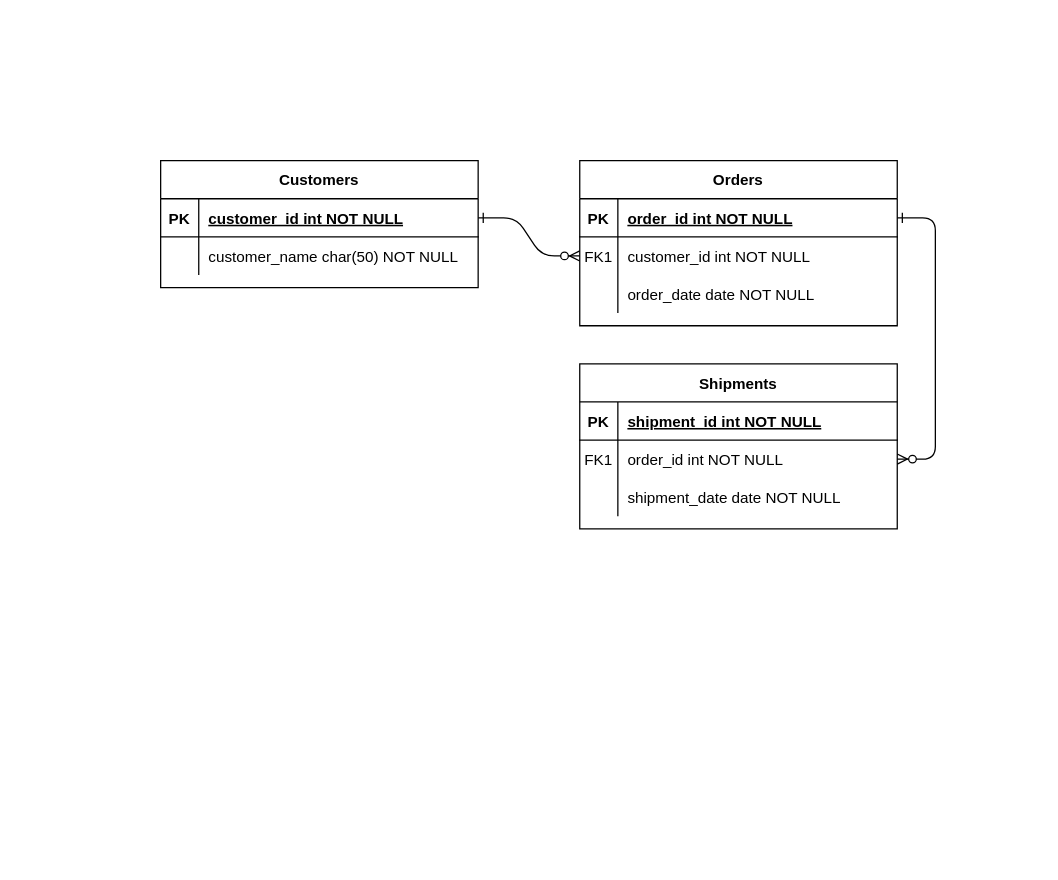
This is Diagrama_ADA.drawio from Luistapasco/Practica_ADASchool, a draw.io file, before an edit. Source tidied: cells renumbered, new cells numbered last; positions are measured from the earlier drawing's top-left corner, leaving out a move shared by most shapes. Both pictures are drawn from the tidied source at 127%, with x=0, y=0 at pixel (160, 160).
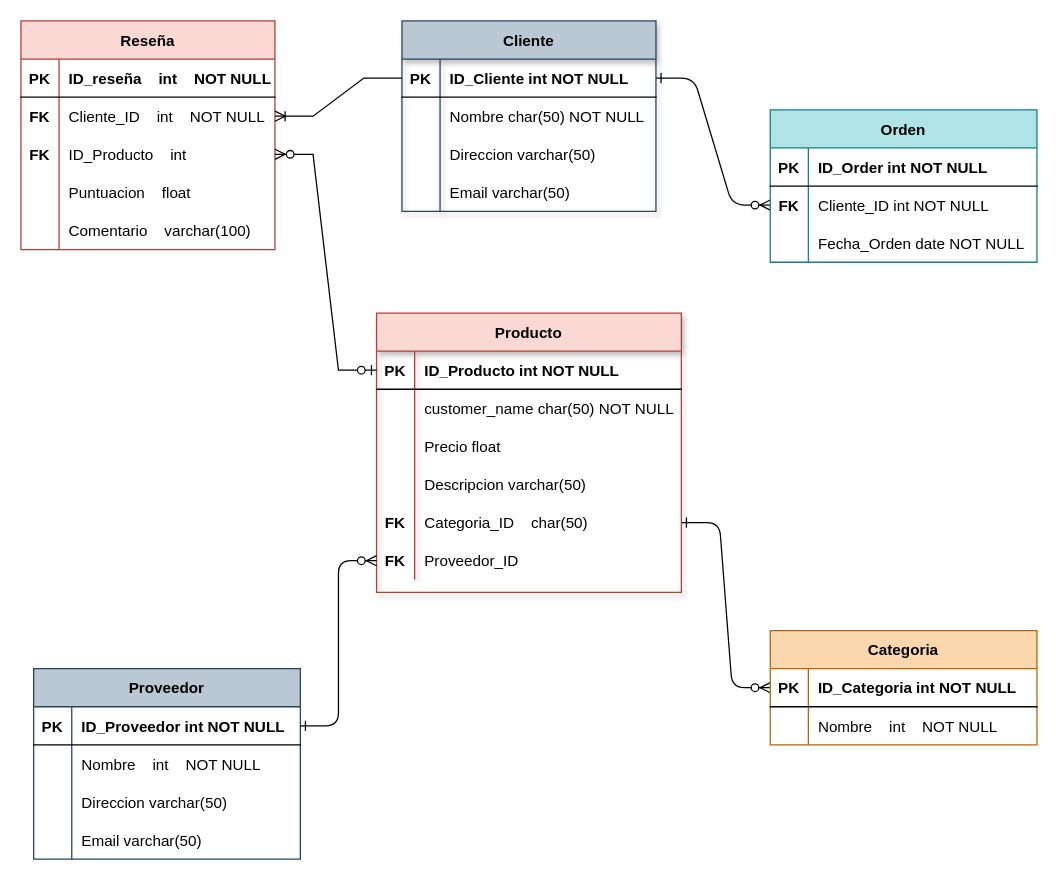
Above is the later version.

The edit, as a diff of the source:
```diff
@@
     <mxCell id="2" style="edgeStyle=entityRelationEdgeStyle;endArrow=ERzeroToMany;startArrow=ERone;endFill=1;startFill=0;" parent="1" edge="1" source="25" target="8">
-      <mxGeometry relative="1" as="geometry" />
+      <mxGeometry relative="1" as="geometry">
+        <Array as="points">
+          <mxPoint x="150" y="40" />
+        </Array>
+      </mxGeometry>
     </mxCell>
-    <mxCell id="3" style="edgeStyle=entityRelationEdgeStyle;endArrow=ERzeroToMany;startArrow=ERone;endFill=1;startFill=0;" parent="1" edge="1" source="5" target="18">
+    <mxCell id="3" style="edgeStyle=entityRelationEdgeStyle;endArrow=ERzeroToMany;startArrow=ERone;endFill=1;startFill=0;entryX=0;entryY=0.5;entryDx=0;entryDy=0;exitX=1;exitY=0.5;exitDx=0;exitDy=0;" parent="1" edge="1" source="50" target="15">
       <mxGeometry relative="1" as="geometry" />
     </mxCell>
-    <mxCell id="4" value="Orders" style="shape=table;startSize=30;childLayout=tableLayout;rowLines=0;fontStyle=1;align=center;" parent="1" vertex="1">
-      <mxGeometry x="330" width="250" height="130" as="geometry" />
+    <mxCell id="4" value="Orden" style="shape=table;startSize=30;childLayout=tableLayout;rowLines=0;fontStyle=1;align=center;fillColor=#b0e3e6;strokeColor=#0e8088;" parent="1" vertex="1">
+      <mxGeometry x="480" y="-40" width="210" height="120" as="geometry" />
     </mxCell>
     <mxCell id="5" style="shape=partialRectangle;fillColor=none;points=[[0,0.5],[1,0.5]];portConstraint=eastwest;top=0;left=0;right=0;bottom=1;" parent="4" vertex="1">
-      <mxGeometry y="30" width="250" height="30" as="geometry" />
+      <mxGeometry y="30" width="210" height="30" as="geometry" />
     </mxCell>
@@
-    <mxCell id="7" value="order_id int NOT NULL " style="shape=partialRectangle;overflow=hidden;fillColor=none;top=0;left=0;bottom=0;right=0;align=left;spacingLeft=6;fontStyle=5;" parent="5" vertex="1">
-      <mxGeometry x="30" width="220" height="30" as="geometry" />
+    <mxCell id="7" value="ID_Order int NOT NULL " style="shape=partialRectangle;overflow=hidden;fillColor=none;top=0;left=0;bottom=0;right=0;align=left;spacingLeft=6;fontStyle=1;" parent="5" vertex="1">
+      <mxGeometry x="30" width="180" height="30" as="geometry" />
     </mxCell>
     <mxCell id="8" style="shape=partialRectangle;fillColor=none;points=[[0,0.5],[1,0.5]];portConstraint=eastwest;top=0;left=0;right=0;bottom=0;" parent="4" vertex="1">
-      <mxGeometry y="60" width="250" height="30" as="geometry" />
+      <mxGeometry y="60" width="210" height="30" as="geometry" />
     </mxCell>
-    <mxCell id="9" value="FK1" style="shape=partialRectangle;overflow=hidden;fillColor=none;top=0;left=0;bottom=0;right=0;" parent="8" vertex="1">
+    <mxCell id="9" value="FK" style="shape=partialRectangle;overflow=hidden;fillColor=none;top=0;left=0;bottom=0;right=0;fontStyle=1;" parent="8" vertex="1">
       <mxGeometry width="30" height="30" as="geometry" />
     </mxCell>
-    <mxCell id="10" value="customer_id int NOT NULL" style="shape=partialRectangle;overflow=hidden;fillColor=none;top=0;left=0;bottom=0;right=0;align=left;spacingLeft=6;" parent="8" vertex="1">
-      <mxGeometry x="30" width="220" height="30" as="geometry" />
+    <mxCell id="10" value="Cliente_ID int NOT NULL" style="shape=partialRectangle;overflow=hidden;fillColor=none;top=0;left=0;bottom=0;right=0;align=left;spacingLeft=6;" parent="8" vertex="1">
+      <mxGeometry x="30" width="180" height="30" as="geometry" />
     </mxCell>
     <mxCell id="11" style="shape=partialRectangle;fillColor=none;top=0;left=0;right=0;bottom=0;" parent="4" vertex="1">
-      <mxGeometry y="90" width="250" height="30" as="geometry" />
+      <mxGeometry y="90" width="210" height="30" as="geometry" />
     </mxCell>
@@
-    <mxCell id="13" value="order_date date NOT NULL" style="shape=partialRectangle;overflow=hidden;fillColor=none;top=0;left=0;bottom=0;right=0;align=left;spacingLeft=6;" parent="11" vertex="1">
-      <mxGeometry x="30" width="220" height="30" as="geometry" />
+    <mxCell id="13" value="Fecha_Orden date NOT NULL" style="shape=partialRectangle;overflow=hidden;fillColor=none;top=0;left=0;bottom=0;right=0;align=left;spacingLeft=6;" parent="11" vertex="1">
+      <mxGeometry x="30" width="180" height="30" as="geometry" />
     </mxCell>
-    <mxCell id="14" value="Shipments" style="shape=table;startSize=30;childLayout=tableLayout;rowLines=0;fontStyle=1;align=center;" parent="1" vertex="1">
-      <mxGeometry x="330" y="160" width="250" height="130" as="geometry" />
+    <mxCell id="14" value="Categoria" style="shape=table;startSize=30;childLayout=tableLayout;rowLines=0;fontStyle=1;align=center;fillColor=#fad7ac;strokeColor=#b46504;" parent="1" vertex="1">
+      <mxGeometry x="480" y="370" width="210" height="90" as="geometry" />
     </mxCell>
     <mxCell id="15" style="shape=partialRectangle;fillColor=none;points=[[0,0.5],[1,0.5]];portConstraint=eastwest;top=0;left=0;right=0;bottom=1;" parent="14" vertex="1">
-      <mxGeometry y="30" width="250" height="30" as="geometry" />
+      <mxGeometry y="30" width="210" height="30" as="geometry" />
     </mxCell>
@@
-    <mxCell id="17" value="shipment_id int NOT NULL " style="shape=partialRectangle;overflow=hidden;fillColor=none;top=0;left=0;bottom=0;right=0;align=left;spacingLeft=6;fontStyle=5;" parent="15" vertex="1">
-      <mxGeometry x="30" width="220" height="30" as="geometry" />
+    <mxCell id="17" value="ID_Categoria int NOT NULL " style="shape=partialRectangle;overflow=hidden;fillColor=none;top=0;left=0;bottom=0;right=0;align=left;spacingLeft=6;fontStyle=1;" parent="15" vertex="1">
+      <mxGeometry x="30" width="180" height="30" as="geometry" />
     </mxCell>
     <mxCell id="18" style="shape=partialRectangle;fillColor=none;points=[[0,0.5],[1,0.5]];portConstraint=eastwest;top=0;left=0;right=0;bottom=0;" parent="14" vertex="1">
-      <mxGeometry y="60" width="250" height="30" as="geometry" />
+      <mxGeometry y="60" width="210" height="30" as="geometry" />
     </mxCell>
-    <mxCell id="19" value="FK1" style="shape=partialRectangle;overflow=hidden;fillColor=none;top=0;left=0;bottom=0;right=0;" parent="18" vertex="1">
+    <mxCell id="19" style="shape=partialRectangle;overflow=hidden;fillColor=none;top=0;left=0;bottom=0;right=0;" parent="18" vertex="1">
       <mxGeometry width="30" height="30" as="geometry" />
     </mxCell>
-    <mxCell id="20" value="order_id int NOT NULL" style="shape=partialRectangle;overflow=hidden;fillColor=none;top=0;left=0;bottom=0;right=0;align=left;spacingLeft=6;" parent="18" vertex="1">
-      <mxGeometry x="30" width="220" height="30" as="geometry" />
+    <mxCell id="20" value="Nombre    int    NOT NULL" style="shape=partialRectangle;overflow=hidden;fillColor=none;top=0;left=0;bottom=0;right=0;align=left;spacingLeft=6;" parent="18" vertex="1">
+      <mxGeometry x="30" width="180" height="30" as="geometry" />
     </mxCell>
-    <mxCell id="21" style="shape=partialRectangle;fillColor=none;top=0;left=0;right=0;bottom=0;" parent="14" vertex="1">
-      <mxGeometry y="90" width="250" height="30" as="geometry" />
-    </mxCell>
-    <mxCell id="22" style="shape=partialRectangle;overflow=hidden;fillColor=none;top=0;left=0;bottom=0;right=0;" parent="21" vertex="1">
-      <mxGeometry width="30" height="30" as="geometry" />
-    </mxCell>
-    <mxCell id="23" value="shipment_date date NOT NULL" style="shape=partialRectangle;overflow=hidden;fillColor=none;top=0;left=0;bottom=0;right=0;align=left;spacingLeft=6;" parent="21" vertex="1">
-      <mxGeometry x="30" width="220" height="30" as="geometry" />
-    </mxCell>
-    <mxCell id="24" value="Customers" style="shape=table;startSize=30;childLayout=tableLayout;rowLines=0;fontStyle=1;align=center;" parent="1" vertex="1">
-      <mxGeometry width="250" height="100" as="geometry" />
+    <mxCell id="24" value="Cliente" style="shape=table;startSize=30;childLayout=tableLayout;rowLines=0;fontStyle=1;align=center;swimlaneLine=1;shadow=1;rounded=0;fillColor=#bac8d3;strokeColor=#23445d;" parent="1" vertex="1">
+      <mxGeometry x="190" y="-110" width="200" height="150" as="geometry" />
     </mxCell>
     <mxCell id="25" style="shape=partialRectangle;fillColor=none;points=[[0,0.5],[1,0.5]];portConstraint=eastwest;top=0;left=0;right=0;bottom=1;" parent="24" vertex="1">
-      <mxGeometry y="30" width="250" height="30" as="geometry" />
+      <mxGeometry y="30" width="200" height="30" as="geometry" />
     </mxCell>
@@
-    <mxCell id="27" value="customer_id int NOT NULL " style="shape=partialRectangle;overflow=hidden;fillColor=none;top=0;left=0;bottom=0;right=0;align=left;spacingLeft=6;fontStyle=5;" parent="25" vertex="1">
-      <mxGeometry x="30" width="220" height="30" as="geometry" />
+    <mxCell id="27" value="ID_Cliente int NOT NULL " style="shape=partialRectangle;overflow=hidden;fillColor=none;top=0;left=0;bottom=0;right=0;align=left;spacingLeft=6;fontStyle=1;" parent="25" vertex="1">
+      <mxGeometry x="30" width="170" height="30" as="geometry" />
     </mxCell>
     <mxCell id="28" style="shape=partialRectangle;fillColor=none;top=0;left=0;right=0;bottom=0;" parent="24" vertex="1">
-      <mxGeometry y="60" width="250" height="30" as="geometry" />
+      <mxGeometry y="60" width="200" height="30" as="geometry" />
     </mxCell>
@@
-    <mxCell id="30" value="customer_name char(50) NOT NULL" style="shape=partialRectangle;overflow=hidden;fillColor=none;top=0;left=0;bottom=0;right=0;align=left;spacingLeft=6;" parent="28" vertex="1">
-      <mxGeometry x="30" width="220" height="30" as="geometry" />
+    <mxCell id="30" value="Nombre char(50) NOT NULL" style="shape=partialRectangle;overflow=hidden;fillColor=none;top=0;left=0;bottom=0;right=0;align=left;spacingLeft=6;strokeWidth=1;" parent="28" vertex="1">
+      <mxGeometry x="30" width="170" height="30" as="geometry" />
     </mxCell>
+    <mxCell id="31" style="shape=partialRectangle;fillColor=none;top=0;left=0;right=0;bottom=0;" parent="24" vertex="1">
+      <mxGeometry y="90" width="200" height="30" as="geometry" />
+    </mxCell>
+    <mxCell id="32" style="shape=partialRectangle;overflow=hidden;fillColor=none;top=0;left=0;bottom=0;right=0;" parent="31" vertex="1">
+      <mxGeometry width="30" height="30" as="geometry" />
+    </mxCell>
+    <mxCell id="33" value="Direccion varchar(50)" style="shape=partialRectangle;overflow=hidden;fillColor=none;top=0;left=0;bottom=0;right=0;align=left;spacingLeft=6;" parent="31" vertex="1">
+      <mxGeometry x="30" width="170" height="30" as="geometry" />
+    </mxCell>
+    <mxCell id="34" style="shape=partialRectangle;fillColor=none;top=0;left=0;right=0;bottom=0;" parent="24" vertex="1">
+      <mxGeometry y="120" width="200" height="30" as="geometry" />
+    </mxCell>
+    <mxCell id="35" style="shape=partialRectangle;overflow=hidden;fillColor=none;top=0;left=0;bottom=0;right=0;" parent="34" vertex="1">
+      <mxGeometry width="30" height="30" as="geometry" />
+    </mxCell>
+    <mxCell id="36" value="Email varchar(50)" style="shape=partialRectangle;overflow=hidden;fillColor=none;top=0;left=0;bottom=0;right=0;align=left;spacingLeft=6;" parent="34" vertex="1">
+      <mxGeometry x="30" width="170" height="30" as="geometry" />
+    </mxCell>
+    <mxCell id="37" value="Producto" style="shape=table;startSize=30;childLayout=tableLayout;rowLines=0;fontStyle=1;align=center;swimlaneLine=1;shadow=1;rounded=0;fillColor=#fad9d5;strokeColor=#ae4132;" parent="1" vertex="1">
+      <mxGeometry x="170" y="120" width="240" height="220" as="geometry" />
+    </mxCell>
+    <mxCell id="38" style="shape=partialRectangle;fillColor=none;points=[[0,0.5],[1,0.5]];portConstraint=eastwest;top=0;left=0;right=0;bottom=1;" parent="37" vertex="1">
+      <mxGeometry y="30" width="240" height="30" as="geometry" />
+    </mxCell>
+    <mxCell id="39" value="PK" style="shape=partialRectangle;overflow=hidden;fillColor=none;top=0;left=0;bottom=0;right=0;fontStyle=1;" parent="38" vertex="1">
+      <mxGeometry width="30" height="30" as="geometry" />
+    </mxCell>
+    <mxCell id="40" value="ID_Producto int NOT NULL " style="shape=partialRectangle;overflow=hidden;fillColor=none;top=0;left=0;bottom=0;right=0;align=left;spacingLeft=6;fontStyle=1;" parent="38" vertex="1">
+      <mxGeometry x="30" width="210" height="30" as="geometry" />
+    </mxCell>
+    <mxCell id="41" style="shape=partialRectangle;fillColor=none;top=0;left=0;right=0;bottom=0;" parent="37" vertex="1">
+      <mxGeometry y="60" width="240" height="30" as="geometry" />
+    </mxCell>
+    <mxCell id="42" style="shape=partialRectangle;overflow=hidden;fillColor=none;top=0;left=0;bottom=0;right=0;" parent="41" vertex="1">
+      <mxGeometry width="30" height="30" as="geometry" />
+    </mxCell>
+    <mxCell id="43" value="customer_name char(50) NOT NULL" style="shape=partialRectangle;overflow=hidden;fillColor=none;top=0;left=0;bottom=0;right=0;align=left;spacingLeft=6;strokeWidth=1;" parent="41" vertex="1">
+      <mxGeometry x="30" width="210" height="30" as="geometry" />
+    </mxCell>
+    <mxCell id="44" style="shape=partialRectangle;fillColor=none;top=0;left=0;right=0;bottom=0;" parent="37" vertex="1">
+      <mxGeometry y="90" width="240" height="30" as="geometry" />
+    </mxCell>
+    <mxCell id="45" style="shape=partialRectangle;overflow=hidden;fillColor=none;top=0;left=0;bottom=0;right=0;" parent="44" vertex="1">
+      <mxGeometry width="30" height="30" as="geometry" />
+    </mxCell>
+    <mxCell id="46" value="Precio float" style="shape=partialRectangle;overflow=hidden;fillColor=none;top=0;left=0;bottom=0;right=0;align=left;spacingLeft=6;" parent="44" vertex="1">
+      <mxGeometry x="30" width="210" height="30" as="geometry" />
+    </mxCell>
+    <mxCell id="47" style="shape=partialRectangle;fillColor=none;top=0;left=0;right=0;bottom=0;" parent="37" vertex="1">
+      <mxGeometry y="120" width="240" height="30" as="geometry" />
+    </mxCell>
+    <mxCell id="48" style="shape=partialRectangle;overflow=hidden;fillColor=none;top=0;left=0;bottom=0;right=0;" parent="47" vertex="1">
+      <mxGeometry width="30" height="30" as="geometry" />
+    </mxCell>
+    <mxCell id="49" value="Descripcion varchar(50)" style="shape=partialRectangle;overflow=hidden;fillColor=none;top=0;left=0;bottom=0;right=0;align=left;spacingLeft=6;" parent="47" vertex="1">
+      <mxGeometry x="30" width="210" height="30" as="geometry" />
+    </mxCell>
+    <mxCell id="50" style="shape=partialRectangle;fillColor=none;points=[[0,0.5],[1,0.5]];portConstraint=eastwest;top=0;left=0;right=0;bottom=0;" parent="37" vertex="1">
+      <mxGeometry y="150" width="240" height="30" as="geometry" />
+    </mxCell>
+    <mxCell id="51" value="FK" style="shape=partialRectangle;overflow=hidden;fillColor=none;top=0;left=0;bottom=0;right=0;fontStyle=1;" parent="50" vertex="1">
+      <mxGeometry width="30" height="30" as="geometry" />
+    </mxCell>
+    <mxCell id="52" value="Categoria_ID    char(50)" style="shape=partialRectangle;overflow=hidden;fillColor=none;top=0;left=0;bottom=0;right=0;align=left;spacingLeft=6;verticalAlign=middle;labelBorderColor=none;" parent="50" vertex="1">
+      <mxGeometry x="30" width="210" height="30" as="geometry" />
+    </mxCell>
+    <mxCell id="53" style="shape=partialRectangle;fillColor=none;points=[[0,0.5],[1,0.5]];portConstraint=eastwest;top=0;left=0;right=0;bottom=0;" parent="37" vertex="1">
+      <mxGeometry y="180" width="240" height="30" as="geometry" />
+    </mxCell>
+    <mxCell id="54" value="FK" style="shape=partialRectangle;overflow=hidden;fillColor=none;top=0;left=0;bottom=0;right=0;fontStyle=1;" parent="53" vertex="1">
+      <mxGeometry width="30" height="30" as="geometry" />
+    </mxCell>
+    <mxCell id="55" value="Proveedor_ID" style="shape=partialRectangle;overflow=hidden;fillColor=none;top=0;left=0;bottom=0;right=0;align=left;spacingLeft=6;verticalAlign=middle;labelBorderColor=none;" parent="53" vertex="1">
+      <mxGeometry x="30" width="210" height="30" as="geometry" />
+    </mxCell>
+    <mxCell id="56" value="Proveedor" style="shape=table;startSize=30;childLayout=tableLayout;rowLines=0;fontStyle=1;align=center;fillColor=#bac8d3;strokeColor=#23445d;" parent="1" vertex="1">
+      <mxGeometry x="-100" y="400" width="210" height="150" as="geometry" />
+    </mxCell>
+    <mxCell id="57" style="shape=partialRectangle;fillColor=none;points=[[0,0.5],[1,0.5]];portConstraint=eastwest;top=0;left=0;right=0;bottom=1;" parent="56" vertex="1">
+      <mxGeometry y="30" width="210" height="30" as="geometry" />
+    </mxCell>
+    <mxCell id="58" value="PK" style="shape=partialRectangle;overflow=hidden;fillColor=none;top=0;left=0;bottom=0;right=0;fontStyle=1;" parent="57" vertex="1">
+      <mxGeometry width="30" height="30" as="geometry" />
+    </mxCell>
+    <mxCell id="59" value="ID_Proveedor int NOT NULL " style="shape=partialRectangle;overflow=hidden;fillColor=none;top=0;left=0;bottom=0;right=0;align=left;spacingLeft=6;fontStyle=1;" parent="57" vertex="1">
+      <mxGeometry x="30" width="180" height="30" as="geometry" />
+    </mxCell>
+    <mxCell id="60" style="shape=partialRectangle;fillColor=none;top=0;left=0;right=0;bottom=0;" parent="56" vertex="1">
+      <mxGeometry y="60" width="210" height="30" as="geometry" />
+    </mxCell>
+    <mxCell id="61" style="shape=partialRectangle;overflow=hidden;fillColor=none;top=0;left=0;bottom=0;right=0;" parent="60" vertex="1">
+      <mxGeometry width="30" height="30" as="geometry" />
+    </mxCell>
+    <mxCell id="62" value="Nombre    int    NOT NULL" style="shape=partialRectangle;overflow=hidden;fillColor=none;top=0;left=0;bottom=0;right=0;align=left;spacingLeft=6;" parent="60" vertex="1">
+      <mxGeometry x="30" width="180" height="30" as="geometry" />
+    </mxCell>
+    <mxCell id="63" style="shape=partialRectangle;fillColor=none;top=0;left=0;right=0;bottom=0;" parent="56" vertex="1">
+      <mxGeometry y="90" width="210" height="30" as="geometry" />
+    </mxCell>
+    <mxCell id="64" style="shape=partialRectangle;overflow=hidden;fillColor=none;top=0;left=0;bottom=0;right=0;" parent="63" vertex="1">
+      <mxGeometry width="30" height="30" as="geometry" />
+    </mxCell>
+    <mxCell id="65" value="Direccion varchar(50)" style="shape=partialRectangle;overflow=hidden;fillColor=none;top=0;left=0;bottom=0;right=0;align=left;spacingLeft=6;" parent="63" vertex="1">
+      <mxGeometry x="30" width="180" height="30" as="geometry" />
+    </mxCell>
+    <mxCell id="66" style="shape=partialRectangle;fillColor=none;top=0;left=0;right=0;bottom=0;" parent="56" vertex="1">
+      <mxGeometry y="120" width="210" height="30" as="geometry" />
+    </mxCell>
+    <mxCell id="67" style="shape=partialRectangle;overflow=hidden;fillColor=none;top=0;left=0;bottom=0;right=0;" parent="66" vertex="1">
+      <mxGeometry width="30" height="30" as="geometry" />
+    </mxCell>
+    <mxCell id="68" value="Email varchar(50)" style="shape=partialRectangle;overflow=hidden;fillColor=none;top=0;left=0;bottom=0;right=0;align=left;spacingLeft=6;" parent="66" vertex="1">
+      <mxGeometry x="30" width="180" height="30" as="geometry" />
+    </mxCell>
+    <mxCell id="69" value="Reseña" style="shape=table;startSize=30;childLayout=tableLayout;rowLines=0;fontStyle=1;align=center;fillColor=#fad9d5;strokeColor=#ae4132;" parent="1" vertex="1">
+      <mxGeometry x="-110" y="-110" width="200" height="180" as="geometry" />
+    </mxCell>
+    <mxCell id="70" style="shape=partialRectangle;fillColor=none;top=0;left=0;right=0;bottom=1;" parent="69" vertex="1">
+      <mxGeometry y="30" width="200" height="30" as="geometry" />
+    </mxCell>
+    <mxCell id="71" value="PK" style="shape=partialRectangle;overflow=hidden;fillColor=none;top=0;left=0;bottom=0;right=0;fontStyle=1;" parent="70" vertex="1">
+      <mxGeometry width="30" height="30" as="geometry" />
+    </mxCell>
+    <mxCell id="72" value="ID_reseña    int    NOT NULL" style="shape=partialRectangle;overflow=hidden;fillColor=none;top=0;left=0;bottom=0;right=0;align=left;spacingLeft=6;fontStyle=1;" parent="70" vertex="1">
+      <mxGeometry x="30" width="170" height="30" as="geometry" />
+    </mxCell>
+    <mxCell id="73" style="shape=partialRectangle;fillColor=none;points=[[0,0.5],[1,0.5]];portConstraint=eastwest;top=0;left=0;right=0;bottom=0;" parent="69" vertex="1">
+      <mxGeometry y="60" width="200" height="30" as="geometry" />
+    </mxCell>
+    <mxCell id="74" value="FK" style="shape=partialRectangle;overflow=hidden;fillColor=none;top=0;left=0;bottom=0;right=0;fontStyle=1;" parent="73" vertex="1">
+      <mxGeometry width="30" height="30" as="geometry" />
+    </mxCell>
+    <mxCell id="75" value="Cliente_ID    int    NOT NULL" style="shape=partialRectangle;overflow=hidden;fillColor=none;top=0;left=0;bottom=0;right=0;align=left;spacingLeft=6;" parent="73" vertex="1">
+      <mxGeometry x="30" width="170" height="30" as="geometry" />
+    </mxCell>
+    <mxCell id="76" style="shape=partialRectangle;fillColor=none;points=[[0,0.5],[1,0.5]];portConstraint=eastwest;top=0;left=0;right=0;bottom=0;" parent="69" vertex="1">
+      <mxGeometry y="90" width="200" height="30" as="geometry" />
+    </mxCell>
+    <mxCell id="77" value="FK" style="shape=partialRectangle;overflow=hidden;fillColor=none;top=0;left=0;bottom=0;right=0;fontStyle=1;" parent="76" vertex="1">
+      <mxGeometry width="30" height="30" as="geometry" />
+    </mxCell>
+    <mxCell id="78" value="ID_Producto    int" style="shape=partialRectangle;overflow=hidden;fillColor=none;top=0;left=0;bottom=0;right=0;align=left;spacingLeft=6;" parent="76" vertex="1">
+      <mxGeometry x="30" width="170" height="30" as="geometry" />
+    </mxCell>
+    <mxCell id="79" style="shape=partialRectangle;fillColor=none;top=0;left=0;right=0;bottom=0;" parent="69" vertex="1">
+      <mxGeometry y="120" width="200" height="30" as="geometry" />
+    </mxCell>
+    <mxCell id="80" style="shape=partialRectangle;overflow=hidden;fillColor=none;top=0;left=0;bottom=0;right=0;" parent="79" vertex="1">
+      <mxGeometry width="30" height="30" as="geometry" />
+    </mxCell>
+    <mxCell id="81" value="Puntuacion    float" style="shape=partialRectangle;overflow=hidden;fillColor=none;top=0;left=0;bottom=0;right=0;align=left;spacingLeft=6;" parent="79" vertex="1">
+      <mxGeometry x="30" width="170" height="30" as="geometry" />
+    </mxCell>
+    <mxCell id="82" style="shape=partialRectangle;fillColor=none;top=0;left=0;right=0;bottom=0;" parent="69" vertex="1">
+      <mxGeometry y="150" width="200" height="30" as="geometry" />
+    </mxCell>
+    <mxCell id="83" style="shape=partialRectangle;overflow=hidden;fillColor=none;top=0;left=0;bottom=0;right=0;" parent="82" vertex="1">
+      <mxGeometry width="30" height="30" as="geometry" />
+    </mxCell>
+    <mxCell id="84" value="Comentario    varchar(100)" style="shape=partialRectangle;overflow=hidden;fillColor=none;top=0;left=0;bottom=0;right=0;align=left;spacingLeft=6;" parent="82" vertex="1">
+      <mxGeometry x="30" width="170" height="30" as="geometry" />
+    </mxCell>
+    <mxCell id="85" style="edgeStyle=entityRelationEdgeStyle;endArrow=ERzeroToMany;startArrow=ERone;endFill=1;startFill=0;entryX=0;entryY=0.5;entryDx=0;entryDy=0;exitX=1;exitY=0.5;exitDx=0;exitDy=0;" parent="1" edge="1" source="57" target="53">
+      <mxGeometry relative="1" as="geometry" />
+    </mxCell>
+    <mxCell id="86" style="fontSize=12;html=1;endArrow=ERoneToMany;rounded=0;exitX=0;exitY=0.5;exitDx=0;exitDy=0;edgeStyle=entityRelationEdgeStyle;entryX=1;entryY=0.5;entryDx=0;entryDy=0;" parent="1" edge="1" source="25" target="73">
+      <mxGeometry relative="1" as="geometry" />
+    </mxCell>
+    <mxCell id="87" style="edgeStyle=entityRelationEdgeStyle;fontSize=12;html=1;endArrow=ERzeroToMany;startArrow=ERzeroToOne;rounded=0;exitX=0;exitY=0.5;exitDx=0;exitDy=0;entryX=1;entryY=0.5;entryDx=0;entryDy=0;" parent="1" edge="1" source="38" target="76">
+      <mxGeometry relative="1" as="geometry" />
+    </mxCell>
```
